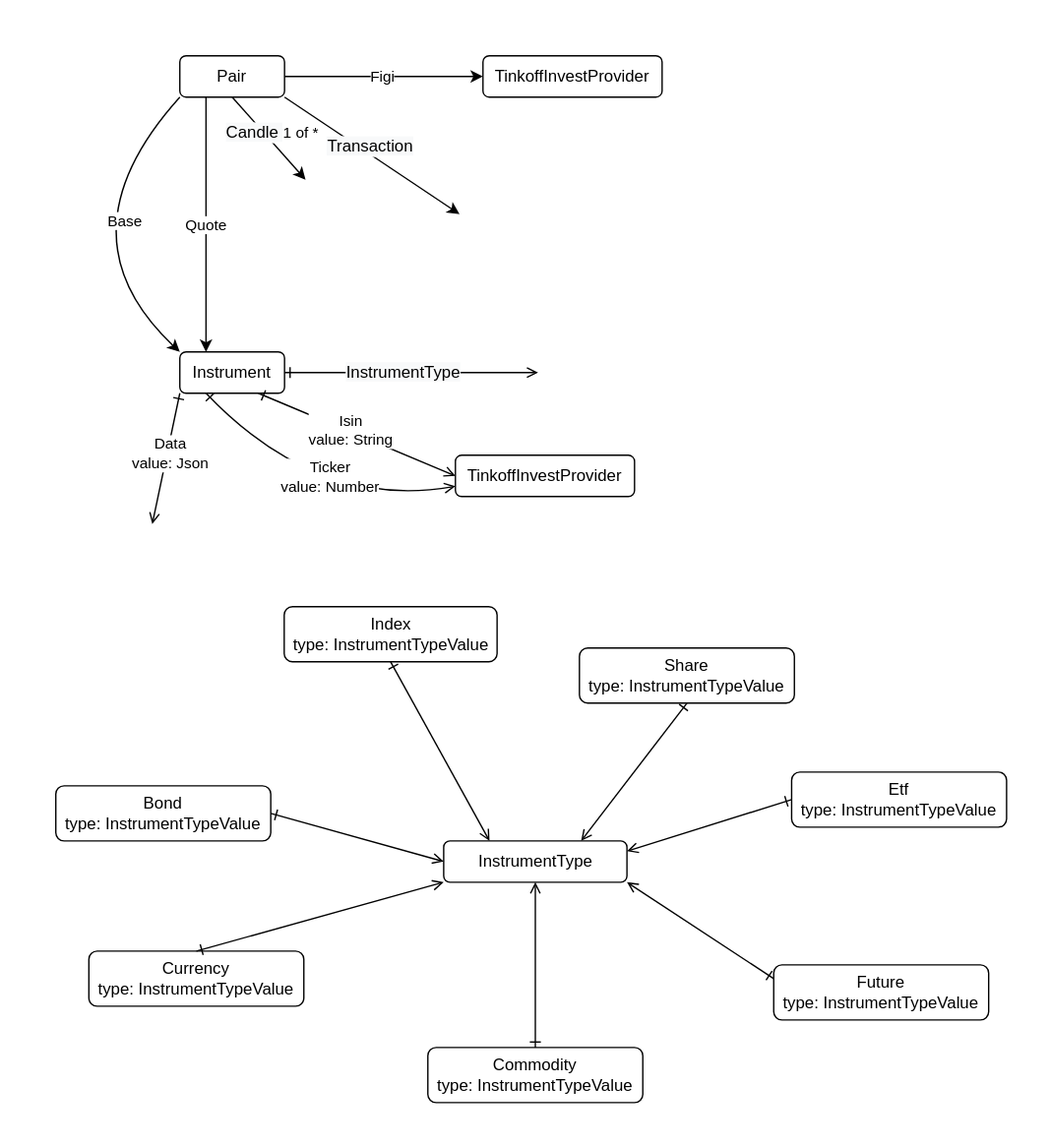
Above: src/instrument/Instrument.drawio.svg in suenot/deep-tinkoff-invest-api (draw.io), before the change. Source tidied: cells renumbered, new cells last; positions are measured from the earlier drawing's top-left corner, leaving out a move shared by most shapes.
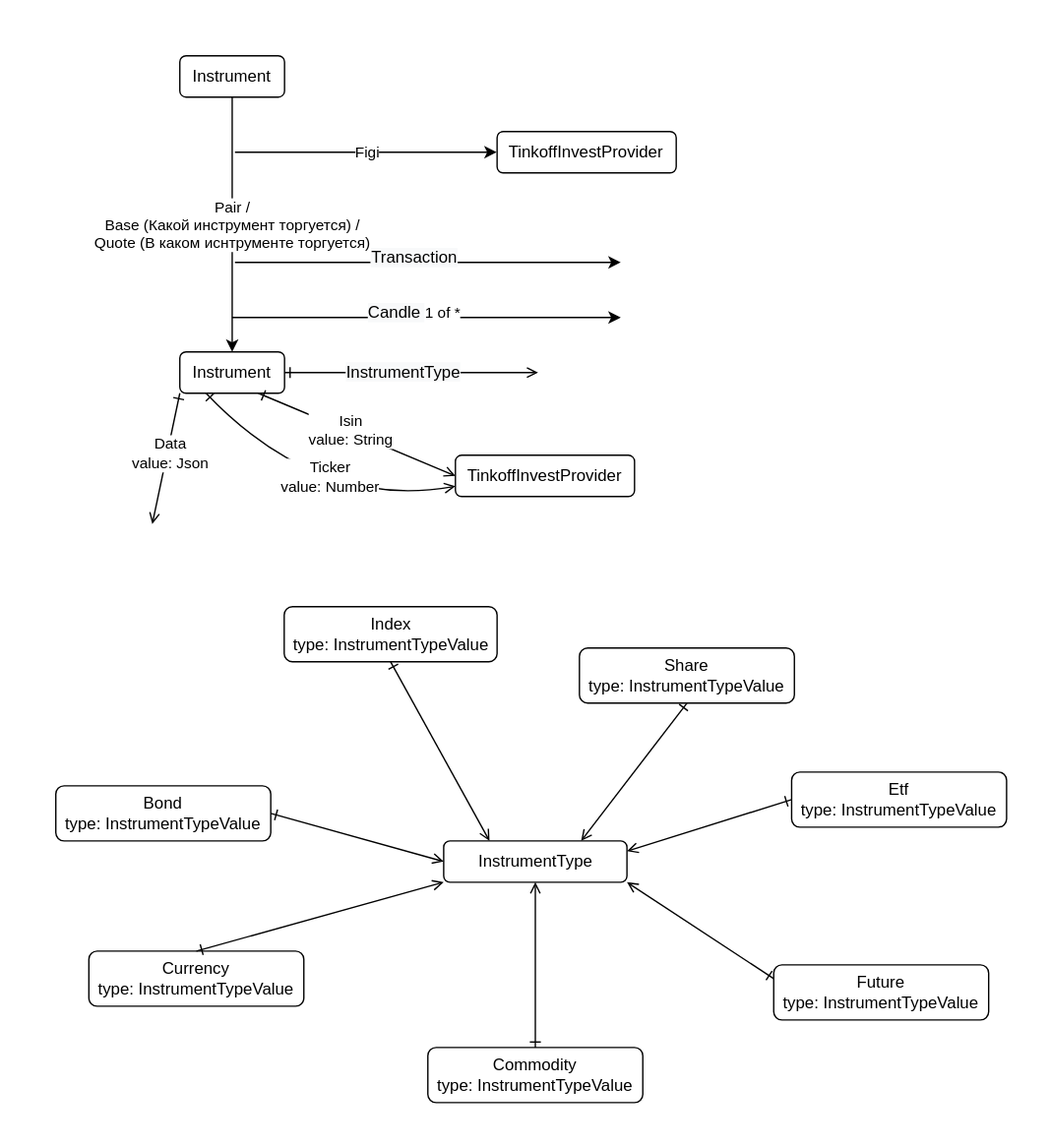
After the commit.

Commit message:
Pair не может существовать без Base Instrument и Quote Intstrument

Diff of the diagram source:
```diff
@@ -50,12 +50,10 @@
     <mxCell id="17" style="edgeStyle=none;html=1;exitX=0.5;exitY=1;exitDx=0;exitDy=0;startArrow=ERone;startFill=0;endArrow=open;endFill=0;entryX=0.75;entryY=0;entryDx=0;entryDy=0;strokeColor=#000000;" parent="1" edge="1" source="5" target="4">
       <mxGeometry relative="1" as="geometry" />
     </mxCell>
-    <mxCell id="18" style="group;" parent="1" vertex="1">
-      <mxGeometry x="40" y="40" width="440" height="340" as="geometry" />
-    </mxCell>
-    <mxCell id="19" style="edgeStyle=none;html=1;exitX=1;exitY=1;exitDx=0;exitDy=0;entryX=0;entryY=0.5;entryDx=0;entryDy=0;" parent="18" edge="1" source="35">
+    <mxCell id="19" style="edgeStyle=none;html=1;" parent="1" edge="1">
       <mxGeometry relative="1" as="geometry">
-        <mxPoint x="293" y="115" as="targetPoint" />
+        <mxPoint x="170" y="190" as="sourcePoint" />
+        <mxPoint x="450" y="190" as="targetPoint" />
       </mxGeometry>
     </mxCell>
     <mxCell id="20" value="&lt;span style=&quot;font-size: 12px ; background-color: rgb(248 , 249 , 250)&quot;&gt;Transaction&lt;/span&gt;" style="edgeLabel;html=1;align=center;verticalAlign=middle;" parent="19" vertex="1">
@@ -63,21 +61,21 @@
         <mxPoint x="1" as="offset" />
       </mxGeometry>
     </mxCell>
-    <mxCell id="21" value="Instrument" style="rounded=1;whiteSpace=wrap;html=1;labelBackgroundColor=none;" parent="18" vertex="1">
-      <mxGeometry x="90" y="215" width="76" height="30" as="geometry" />
+    <mxCell id="21" value="Instrument" style="rounded=1;whiteSpace=wrap;html=1;labelBackgroundColor=none;" parent="1" vertex="1">
+      <mxGeometry x="130" y="255" width="76" height="30" as="geometry" />
     </mxCell>
-    <mxCell id="22" style="edgeStyle=none;html=1;exitX=1;exitY=0.5;exitDx=0;exitDy=0;startArrow=ERone;startFill=0;entryX=0;entryY=0.5;entryDx=0;entryDy=0;endArrow=open;endFill=0;" parent="18" edge="1" source="21">
+    <mxCell id="22" style="edgeStyle=none;html=1;exitX=1;exitY=0.5;exitDx=0;exitDy=0;startArrow=ERone;startFill=0;entryX=0;entryY=0.5;entryDx=0;entryDy=0;endArrow=open;endFill=0;" parent="1" edge="1" source="21">
       <mxGeometry relative="1" as="geometry">
-        <mxPoint x="350" y="230" as="targetPoint" />
+        <mxPoint x="390" y="270" as="targetPoint" />
       </mxGeometry>
     </mxCell>
     <mxCell id="23" value="&lt;span style=&quot;font-size: 12px ; background-color: rgb(248 , 249 , 250)&quot;&gt;InstrumentType&lt;/span&gt;" style="edgeLabel;html=1;align=center;verticalAlign=middle;" parent="22" vertex="1">
       <mxGeometry x="-0.07" y="1" relative="1" as="geometry" />
     </mxCell>
-    <mxCell id="24" style="edgeStyle=none;html=1;exitX=0.25;exitY=1;exitDx=0;exitDy=0;startArrow=ERone;startFill=0;entryX=0;entryY=0.75;entryDx=0;entryDy=0;endArrow=open;endFill=0;curved=1;" parent="18" edge="1" source="21" target="30">
+    <mxCell id="24" style="edgeStyle=none;html=1;exitX=0.25;exitY=1;exitDx=0;exitDy=0;startArrow=ERone;startFill=0;entryX=0;entryY=0.75;entryDx=0;entryDy=0;endArrow=open;endFill=0;curved=1;" parent="1" edge="1" source="21" target="30">
       <mxGeometry relative="1" as="geometry">
         <Array as="points">
-          <mxPoint x="190" y="330" />
+          <mxPoint x="230" y="370" />
         </Array>
       </mxGeometry>
     </mxCell>
@@ -86,56 +84,50 @@
         <mxPoint x="19" y="-12" as="offset" />
       </mxGeometry>
     </mxCell>
-    <mxCell id="26" style="edgeStyle=none;html=1;exitX=0.75;exitY=1;exitDx=0;exitDy=0;startArrow=ERone;startFill=0;entryX=0;entryY=0.5;entryDx=0;entryDy=0;endArrow=open;endFill=0;" parent="18" edge="1" source="21">
+    <mxCell id="26" style="edgeStyle=none;html=1;exitX=0.75;exitY=1;exitDx=0;exitDy=0;startArrow=ERone;startFill=0;entryX=0;entryY=0.5;entryDx=0;entryDy=0;endArrow=open;endFill=0;" parent="1" edge="1" source="21">
       <mxGeometry relative="1" as="geometry">
-        <mxPoint x="290" y="305" as="targetPoint" />
+        <mxPoint x="330" y="345" as="targetPoint" />
       </mxGeometry>
     </mxCell>
     <mxCell id="27" value="Isin&lt;br&gt;value: String" style="edgeLabel;html=1;align=center;verticalAlign=middle;" parent="26" vertex="1">
       <mxGeometry x="-0.07" y="1" relative="1" as="geometry" />
     </mxCell>
-    <mxCell id="28" style="edgeStyle=none;html=1;exitX=0.5;exitY=1;exitDx=0;exitDy=0;entryX=0.25;entryY=1;entryDx=0;entryDy=0;" parent="18" edge="1" source="35">
-      <mxGeometry relative="1" as="geometry">
-        <mxPoint x="181.2" y="90" as="targetPoint" />
-      </mxGeometry>
-    </mxCell>
-    <mxCell id="29" value="&lt;span style=&quot;font-size: 12px ; background-color: rgb(248 , 249 , 250)&quot;&gt;Candle&lt;/span&gt;&amp;nbsp;1 of *" style="edgeLabel;html=1;align=center;verticalAlign=middle;" parent="28" vertex="1">
-      <mxGeometry x="-0.08" y="4" relative="1" as="geometry">
-        <mxPoint x="1" as="offset" />
-      </mxGeometry>
-    </mxCell>
-    <mxCell id="30" value="TinkoffInvestProvider" style="rounded=1;whiteSpace=wrap;html=1;labelBackgroundColor=none;" parent="18" vertex="1">
-      <mxGeometry x="290" y="290" width="130" height="30" as="geometry" />
+    <mxCell id="30" value="TinkoffInvestProvider" style="rounded=1;whiteSpace=wrap;html=1;labelBackgroundColor=none;" parent="1" vertex="1">
+      <mxGeometry x="330" y="330" width="130" height="30" as="geometry" />
     </mxCell>
-    <mxCell id="31" style="edgeStyle=none;html=1;exitX=0;exitY=1;exitDx=0;exitDy=0;startArrow=ERone;startFill=0;endArrow=open;endFill=0;" parent="18" edge="1" source="21">
+    <mxCell id="31" style="edgeStyle=none;html=1;exitX=0;exitY=1;exitDx=0;exitDy=0;startArrow=ERone;startFill=0;endArrow=open;endFill=0;" parent="1" edge="1" source="21">
       <mxGeometry relative="1" as="geometry">
-        <mxPoint x="70" y="340" as="targetPoint" />
+        <mxPoint x="110" y="380" as="targetPoint" />
       </mxGeometry>
     </mxCell>
     <mxCell id="32" value="Data&lt;br&gt;value: Json" style="edgeLabel;html=1;align=center;verticalAlign=middle;" parent="31" vertex="1">
       <mxGeometry x="-0.07" y="1" relative="1" as="geometry" />
     </mxCell>
-    <mxCell id="33" value="Quote" style="edgeStyle=none;html=1;exitX=0.25;exitY=1;exitDx=0;exitDy=0;entryX=0.25;entryY=0;entryDx=0;entryDy=0;" parent="18" edge="1" source="35" target="21">
-      <mxGeometry relative="1" as="geometry" />
-    </mxCell>
-    <mxCell id="34" value="Figi" style="edgeStyle=none;curved=1;html=1;exitX=1;exitY=0.5;exitDx=0;exitDy=0;" parent="18" edge="1" source="35">
+    <mxCell id="34" value="Figi" style="edgeStyle=none;curved=1;html=1;" parent="1" edge="1">
       <mxGeometry relative="1" as="geometry">
-        <mxPoint x="310" y="15" as="targetPoint" />
+        <mxPoint x="170" y="110" as="sourcePoint" />
+        <mxPoint x="360" y="110" as="targetPoint" />
       </mxGeometry>
     </mxCell>
-    <mxCell id="35" value="Pair" style="rounded=1;whiteSpace=wrap;html=1;labelBackgroundColor=none;" parent="18" vertex="1">
-      <mxGeometry x="90" width="76" height="30" as="geometry" />
-    </mxCell>
-    <mxCell id="36" value="Base" style="edgeStyle=none;html=1;exitX=0;exitY=1;exitDx=0;exitDy=0;entryX=0;entryY=0;entryDx=0;entryDy=0;curved=1;" parent="18" edge="1" source="35" target="21">
-      <mxGeometry x="-0.27" y="30" relative="1" as="geometry">
-        <Array as="points">
-          <mxPoint y="130" />
-        </Array>
-        <mxPoint x="1" as="offset" />
-      </mxGeometry>
-    </mxCell>
-    <mxCell id="37" value="TinkoffInvestProvider" style="rounded=1;whiteSpace=wrap;html=1;labelBackgroundColor=none;" parent="18" vertex="1">
-      <mxGeometry x="310" width="130" height="30" as="geometry" />
+    <mxCell id="37" value="TinkoffInvestProvider" style="rounded=1;whiteSpace=wrap;html=1;labelBackgroundColor=none;" parent="1" vertex="1">
+      <mxGeometry x="360.2" y="95" width="130" height="30" as="geometry" />
     </mxCell>
+    <mxCell id="38" value="Pair /&lt;br&gt;Base (Какой инструмент торгуется) /&lt;br&gt;Quote (В каком иснтрументе торгуется)" style="edgeStyle=none;curved=1;html=1;exitX=0.5;exitY=1;exitDx=0;exitDy=0;entryX=0.5;entryY=0;entryDx=0;entryDy=0;" parent="1" edge="1" source="39" target="21">
+      <mxGeometry relative="1" as="geometry" />
+    </mxCell>
+    <mxCell id="39" value="Instrument" style="rounded=1;whiteSpace=wrap;html=1;labelBackgroundColor=none;" parent="1" vertex="1">
+      <mxGeometry x="130" y="40" width="76" height="30" as="geometry" />
+    </mxCell>
+    <mxCell id="40" style="edgeStyle=none;html=1;" parent="1" edge="1">
+      <mxGeometry relative="1" as="geometry">
+        <mxPoint x="168" y="230" as="sourcePoint" />
+        <mxPoint x="450" y="230" as="targetPoint" />
+      </mxGeometry>
+    </mxCell>
+    <mxCell id="29" value="&lt;span style=&quot;font-size: 12px ; background-color: rgb(248 , 249 , 250)&quot;&gt;Candle&lt;/span&gt;&amp;nbsp;1 of *" style="edgeLabel;html=1;align=center;verticalAlign=middle;" parent="40" vertex="1">
+      <mxGeometry x="-0.08" y="4" relative="1" as="geometry">
+        <mxPoint x="1" as="offset" />
+      </mxGeometry>
+    </mxCell>
   </root>
 </mxGraphModel>
```
